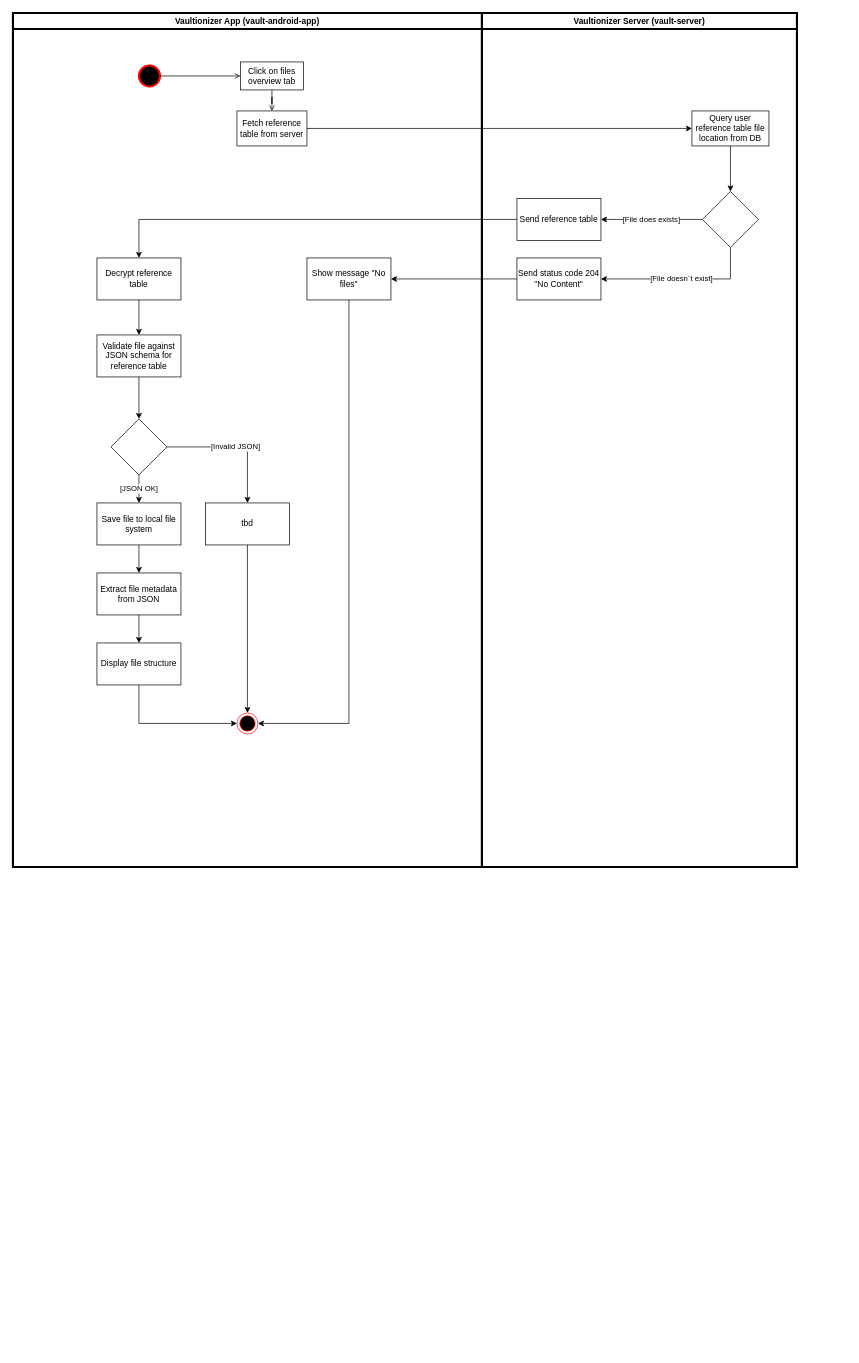
The draw.io diagram img/use_cases/uc_show_file_structure.drawio in Vaultionizer/vault-docs, before the edit. Source tidied: cells renumbered, new cells numbered last; positions are measured from the earlier drawing's top-left corner, leaving out a move shared by most shapes. Both pictures are drawn from the tidied source at 70%, with x=0, y=0 at pixel (13, 13).
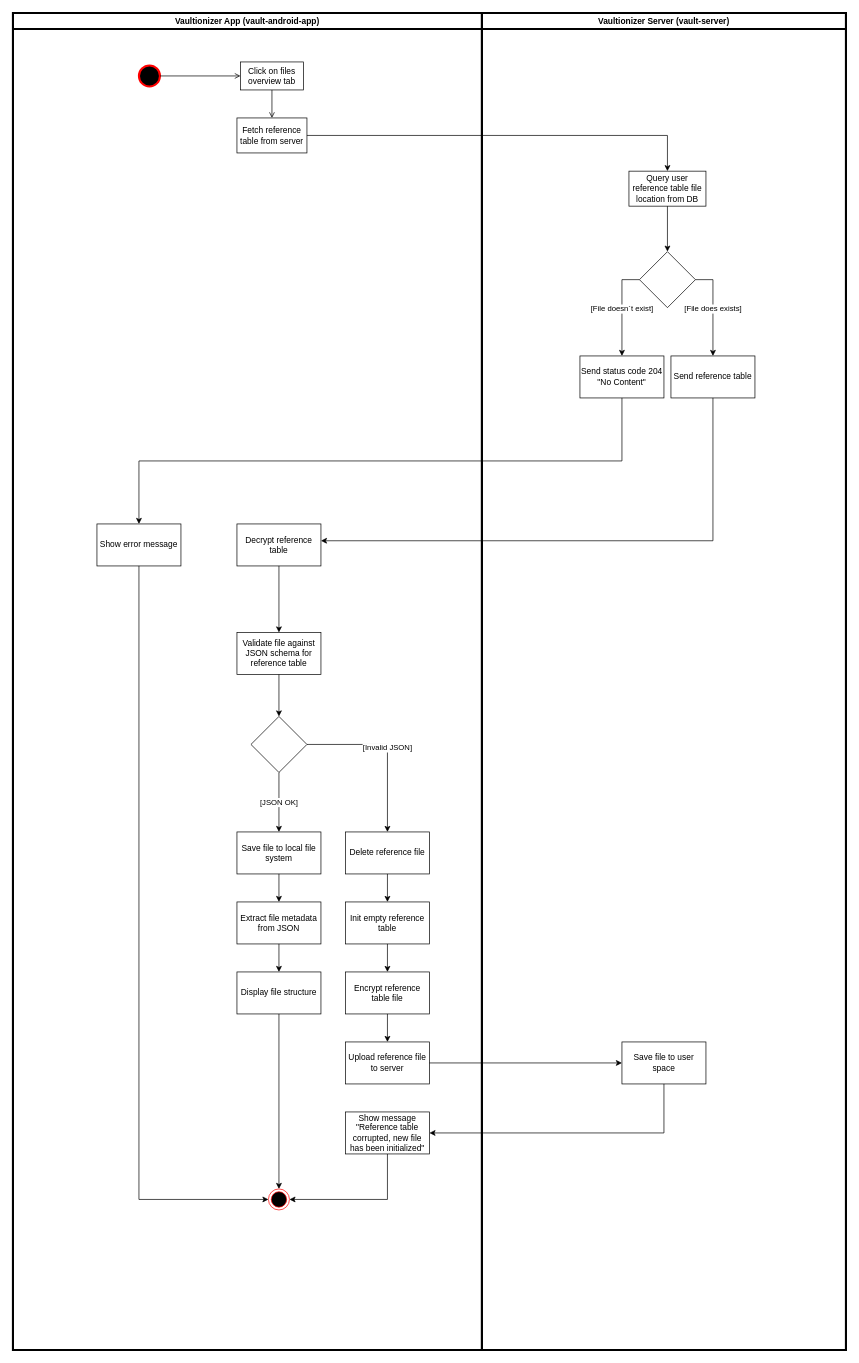
After the change.

Commit message:
Add "Invalid JSON" path

Diff of the diagram source:
```diff
@@
     <mxCell id="2" style="group;" parent="1" vertex="1">
-      <mxGeometry width="670" height="1890" as="geometry" />
+      <mxGeometry width="670" height="1910" as="geometry" />
     </mxCell>
@@
-    <mxCell id="4" value="Fetch reference table from server" style="rounded=0;whiteSpace=wrap;html=1;" parent="2" vertex="1">
-      <mxGeometry x="320" y="140" width="100" height="50" as="geometry" />
-    </mxCell>
@@
     <mxCell id="6" value="Vaultionizer App (vault-android-app)" style="swimlane;strokeWidth=3;" parent="2" vertex="1">
-      <mxGeometry width="670" height="1220" as="geometry" />
+      <mxGeometry width="670" height="1910" as="geometry" />
     </mxCell>
@@
+    <mxCell id="4" value="Fetch reference table from server" style="rounded=0;whiteSpace=wrap;html=1;" parent="6" vertex="1">
+      <mxGeometry x="320" y="150" width="100" height="50" as="geometry" />
+    </mxCell>
     <mxCell id="8" value="Decrypt reference table" style="whiteSpace=wrap;html=1;rounded=0;" parent="6" vertex="1">
-      <mxGeometry x="120" y="350" width="120" height="60" as="geometry" />
+      <mxGeometry x="320" y="730" width="120" height="60" as="geometry" />
     </mxCell>
     <mxCell id="9" value="Validate file against JSON schema for reference table" style="whiteSpace=wrap;html=1;rounded=0;" parent="6" vertex="1">
-      <mxGeometry x="120" y="460" width="120" height="60" as="geometry" />
+      <mxGeometry x="320" y="885" width="120" height="60" as="geometry" />
     </mxCell>
@@
-    <mxCell id="11" style="edgeStyle=orthogonalEdgeStyle;rounded=0;jettySize=auto;html=1;exitX=0.5;exitY=1;exitDx=0;exitDy=0;" parent="6" edge="1" source="12" target="16">
-      <mxGeometry relative="1" as="geometry" />
-    </mxCell>
     <mxCell id="12" value="Save file to local file system" style="whiteSpace=wrap;html=1;rounded=0;" parent="6" vertex="1">
-      <mxGeometry x="120" y="700" width="120" height="60" as="geometry" />
+      <mxGeometry x="320" y="1170" width="120" height="60" as="geometry" />
     </mxCell>
     <mxCell id="13" style="rhombus;whiteSpace=wrap;html=1;rounded=0;" parent="6" vertex="1">
-      <mxGeometry x="140" y="580" width="80" height="80" as="geometry" />
+      <mxGeometry x="340" y="1005" width="80" height="80" as="geometry" />
     </mxCell>
@@
     <mxCell id="16" value="Extract file metadata from JSON" style="whiteSpace=wrap;html=1;rounded=0;" parent="6" vertex="1">
-      <mxGeometry x="120" y="800" width="120" height="60" as="geometry" />
+      <mxGeometry x="320" y="1270" width="120" height="60" as="geometry" />
     </mxCell>
+    <mxCell id="11" style="edgeStyle=orthogonalEdgeStyle;rounded=0;jettySize=auto;html=1;exitX=0.5;exitY=1;exitDx=0;exitDy=0;" parent="6" edge="1" source="12" target="16">
+      <mxGeometry relative="1" as="geometry" />
+    </mxCell>
-    <mxCell id="17" style="edgeStyle=orthogonalEdgeStyle;rounded=0;jettySize=auto;html=1;exitX=0.5;exitY=1;exitDx=0;exitDy=0;entryX=0;entryY=0.5;entryDx=0;entryDy=0;" parent="6" edge="1" source="18" target="23">
+    <mxCell id="17" style="edgeStyle=orthogonalEdgeStyle;rounded=0;jettySize=auto;html=1;exitX=0.5;exitY=1;exitDx=0;exitDy=0;entryX=0.5;entryY=0;entryDx=0;entryDy=0;" parent="6" edge="1" source="18" target="23">
       <mxGeometry relative="1" as="geometry" />
     </mxCell>
     <mxCell id="18" value="Display file structure" style="whiteSpace=wrap;html=1;rounded=0;" parent="6" vertex="1">
-      <mxGeometry x="120" y="900" width="120" height="60" as="geometry" />
+      <mxGeometry x="320" y="1370" width="120" height="60" as="geometry" />
     </mxCell>
@@
-    <mxCell id="20" style="edgeStyle=orthogonalEdgeStyle;rounded=0;jettySize=auto;html=1;exitX=0.5;exitY=1;exitDx=0;exitDy=0;" parent="6" edge="1" source="21" target="23">
-      <mxGeometry relative="1" as="geometry" />
-    </mxCell>
-    <mxCell id="21" value="tbd" style="whiteSpace=wrap;html=1;rounded=0;" parent="6" vertex="1">
-      <mxGeometry x="275" y="700" width="120" height="60" as="geometry" />
+    <mxCell id="21" value="Delete reference file" style="whiteSpace=wrap;html=1;rounded=0;" parent="6" vertex="1">
+      <mxGeometry x="475" y="1170" width="120" height="60" as="geometry" />
     </mxCell>
@@
+    <mxCell id="25" value="Show error message" style="whiteSpace=wrap;html=1;rounded=0;" parent="6" vertex="1">
+      <mxGeometry x="120" y="730" width="120" height="60" as="geometry" />
+    </mxCell>
     <mxCell id="23" style="ellipse;html=1;shape=endState;fillColor=#000000;strokeColor=#ff0000;" parent="6" vertex="1">
-      <mxGeometry x="320" y="1000" width="30" height="30" as="geometry" />
+      <mxGeometry x="365" y="1680" width="30" height="30" as="geometry" />
     </mxCell>
-    <mxCell id="24" style="edgeStyle=orthogonalEdgeStyle;rounded=0;jettySize=auto;html=1;exitX=0.5;exitY=1;exitDx=0;exitDy=0;entryX=1;entryY=0.5;entryDx=0;entryDy=0;" parent="6" edge="1" source="25" target="23">
+    <mxCell id="24" style="edgeStyle=orthogonalEdgeStyle;rounded=0;jettySize=auto;html=1;exitX=0.5;exitY=1;exitDx=0;exitDy=0;entryX=0;entryY=0.5;entryDx=0;entryDy=0;" parent="6" edge="1" source="25" target="23">
       <mxGeometry relative="1" as="geometry" />
     </mxCell>
-    <mxCell id="25" value="Show message &quot;No files&quot;" style="whiteSpace=wrap;html=1;rounded=0;" parent="6" vertex="1">
-      <mxGeometry x="420" y="350" width="120" height="60" as="geometry" />
-    </mxCell>
+    <mxCell id="38" value="Init empty reference table" style="whiteSpace=wrap;html=1;rounded=0;" parent="6" vertex="1">
+      <mxGeometry x="475" y="1270" width="120" height="60" as="geometry" />
+    </mxCell>
+    <mxCell id="39" style="edgeStyle=orthogonalEdgeStyle;rounded=0;jettySize=auto;html=1;" parent="6" edge="1" source="21" target="38">
+      <mxGeometry relative="1" as="geometry" />
+    </mxCell>
+    <mxCell id="40" value="Encrypt reference table file" style="whiteSpace=wrap;html=1;rounded=0;" parent="6" vertex="1">
+      <mxGeometry x="475" y="1370" width="120" height="60" as="geometry" />
+    </mxCell>
+    <mxCell id="41" style="edgeStyle=orthogonalEdgeStyle;rounded=0;jettySize=auto;html=1;" parent="6" edge="1" source="38" target="40">
+      <mxGeometry relative="1" as="geometry" />
+    </mxCell>
+    <mxCell id="42" value="Upload reference file to server" style="whiteSpace=wrap;html=1;rounded=0;" parent="6" vertex="1">
+      <mxGeometry x="475" y="1470" width="120" height="60" as="geometry" />
+    </mxCell>
+    <mxCell id="43" style="edgeStyle=orthogonalEdgeStyle;rounded=0;jettySize=auto;html=1;" parent="6" edge="1" source="40" target="42">
+      <mxGeometry relative="1" as="geometry" />
+    </mxCell>
+    <mxCell id="44" style="edgeStyle=orthogonalEdgeStyle;rounded=0;jettySize=auto;html=1;exitX=0.5;exitY=1;exitDx=0;exitDy=0;entryX=1;entryY=0.5;entryDx=0;entryDy=0;" parent="6" edge="1" source="45" target="23">
+      <mxGeometry relative="1" as="geometry" />
+    </mxCell>
+    <mxCell id="45" value="Show message &quot;Reference table corrupted, new file has been initialized&quot;" style="whiteSpace=wrap;html=1;rounded=0;" parent="6" vertex="1">
+      <mxGeometry x="475" y="1570" width="120" height="60" as="geometry" />
+    </mxCell>
@@
-    <mxCell id="27" style="edgeStyle=orthogonalEdgeStyle;rounded=0;jettySize=auto;html=1;" parent="1" edge="1" source="4" target="30">
-      <mxGeometry relative="1" as="geometry" />
-    </mxCell>
-    <mxCell id="28" style="edgeStyle=orthogonalEdgeStyle;rounded=0;jettySize=auto;html=1;" parent="1" edge="1" source="32" target="8">
-      <mxGeometry relative="1" as="geometry" />
-    </mxCell>
     <mxCell id="29" value="Vaultionizer Server (vault-server)" style="swimlane;strokeWidth=3;" parent="1" vertex="1">
-      <mxGeometry x="670" width="450" height="1220" as="geometry" />
+      <mxGeometry x="670" width="520" height="1910" as="geometry" />
     </mxCell>
     <mxCell id="30" value="Query user reference table file location from DB" style="rounded=0;whiteSpace=wrap;html=1;" parent="29" vertex="1">
-      <mxGeometry x="300" y="140" width="110" height="50" as="geometry" />
+      <mxGeometry x="210" y="226" width="110" height="50" as="geometry" />
     </mxCell>
+    <mxCell id="36" style="edgeStyle=orthogonalEdgeStyle;rounded=0;jettySize=auto;html=1;exitX=0.5;exitY=1;exitDx=0;exitDy=0;" parent="29" edge="1" source="30" target="33">
+      <mxGeometry relative="1" as="geometry" />
+    </mxCell>
     <mxCell id="31" value="Send status code &lt;span id=&quot;code204&quot;&gt;&lt;/span&gt;204 &quot;No Content&quot;" style="whiteSpace=wrap;html=1;rounded=0;" parent="29" vertex="1">
-      <mxGeometry x="50" y="350" width="120" height="60" as="geometry" />
+      <mxGeometry x="140" y="490" width="120" height="60" as="geometry" />
     </mxCell>
     <mxCell id="32" value="Send reference table " style="whiteSpace=wrap;html=1;rounded=0;" parent="29" vertex="1">
-      <mxGeometry x="50" y="265" width="120" height="60" as="geometry" />
+      <mxGeometry x="270" y="490" width="120" height="60" as="geometry" />
     </mxCell>
     <mxCell id="33" style="rhombus;whiteSpace=wrap;html=1;rounded=0;" parent="29" vertex="1">
-      <mxGeometry x="315" y="255" width="80" height="80" as="geometry" />
+      <mxGeometry x="225" y="341" width="80" height="80" as="geometry" />
     </mxCell>
-    <mxCell id="34" value="[File doesn´t exist]" style="edgeStyle=orthogonalEdgeStyle;rounded=0;jettySize=auto;html=1;entryX=1;entryY=0.5;entryDx=0;entryDy=0;exitX=0.5;exitY=1;exitDx=0;exitDy=0;" parent="29" edge="1" source="33" target="31">
+    <mxCell id="34" value="[File doesn´t exist]" style="edgeStyle=orthogonalEdgeStyle;rounded=0;jettySize=auto;html=1;entryX=0.5;entryY=0;entryDx=0;entryDy=0;exitX=0;exitY=0.5;exitDx=0;exitDy=0;" parent="29" edge="1" source="33" target="31">
       <mxGeometry relative="1" as="geometry" />
     </mxCell>
-    <mxCell id="35" value="[File does exists]" style="edgeStyle=orthogonalEdgeStyle;rounded=0;jettySize=auto;html=1;entryX=1;entryY=0.5;entryDx=0;entryDy=0;exitX=0;exitY=0.5;exitDx=0;exitDy=0;" parent="29" edge="1" source="33" target="32">
+    <mxCell id="35" value="[File does exists]" style="edgeStyle=orthogonalEdgeStyle;rounded=0;jettySize=auto;html=1;exitX=1;exitY=0.5;exitDx=0;exitDy=0;" parent="29" edge="1" source="33" target="32">
       <mxGeometry relative="1" as="geometry" />
     </mxCell>
-    <mxCell id="36" style="edgeStyle=orthogonalEdgeStyle;rounded=0;jettySize=auto;html=1;" parent="29" edge="1" source="30" target="33">
-      <mxGeometry relative="1" as="geometry" />
-    </mxCell>
+    <mxCell id="46" value="Save file to user space" style="whiteSpace=wrap;html=1;rounded=0;" parent="29" vertex="1">
+      <mxGeometry x="200" y="1470" width="120" height="60" as="geometry" />
+    </mxCell>
+    <mxCell id="27" style="edgeStyle=orthogonalEdgeStyle;rounded=0;jettySize=auto;html=1;entryX=0.5;entryY=0;entryDx=0;entryDy=0;" parent="1" edge="1" source="4" target="30">
+      <mxGeometry relative="1" as="geometry" />
+    </mxCell>
+    <mxCell id="28" style="edgeStyle=orthogonalEdgeStyle;rounded=0;jettySize=auto;html=1;exitX=0.5;exitY=1;exitDx=0;exitDy=0;entryX=1;entryY=0.4;entryDx=0;entryDy=0;entryPerimeter=0;" parent="1" edge="1" source="32" target="8">
+      <mxGeometry relative="1" as="geometry" />
+    </mxCell>
-    <mxCell id="37" style="edgeStyle=orthogonalEdgeStyle;rounded=0;jettySize=auto;html=1;" parent="1" edge="1" source="31" target="25">
+    <mxCell id="37" style="edgeStyle=orthogonalEdgeStyle;rounded=0;jettySize=auto;html=1;entryX=0.5;entryY=0;entryDx=0;entryDy=0;exitX=0.5;exitY=1;exitDx=0;exitDy=0;" parent="1" edge="1" source="31" target="25">
       <mxGeometry relative="1" as="geometry" />
     </mxCell>
+    <mxCell id="47" style="edgeStyle=orthogonalEdgeStyle;rounded=0;jettySize=auto;html=1;" parent="1" edge="1" source="42" target="46">
+      <mxGeometry relative="1" as="geometry" />
+    </mxCell>
+    <mxCell id="48" style="edgeStyle=orthogonalEdgeStyle;rounded=0;jettySize=auto;html=1;exitX=0.5;exitY=1;exitDx=0;exitDy=0;entryX=1;entryY=0.5;entryDx=0;entryDy=0;" parent="1" edge="1" source="46" target="45">
+      <mxGeometry relative="1" as="geometry" />
+    </mxCell>
```
